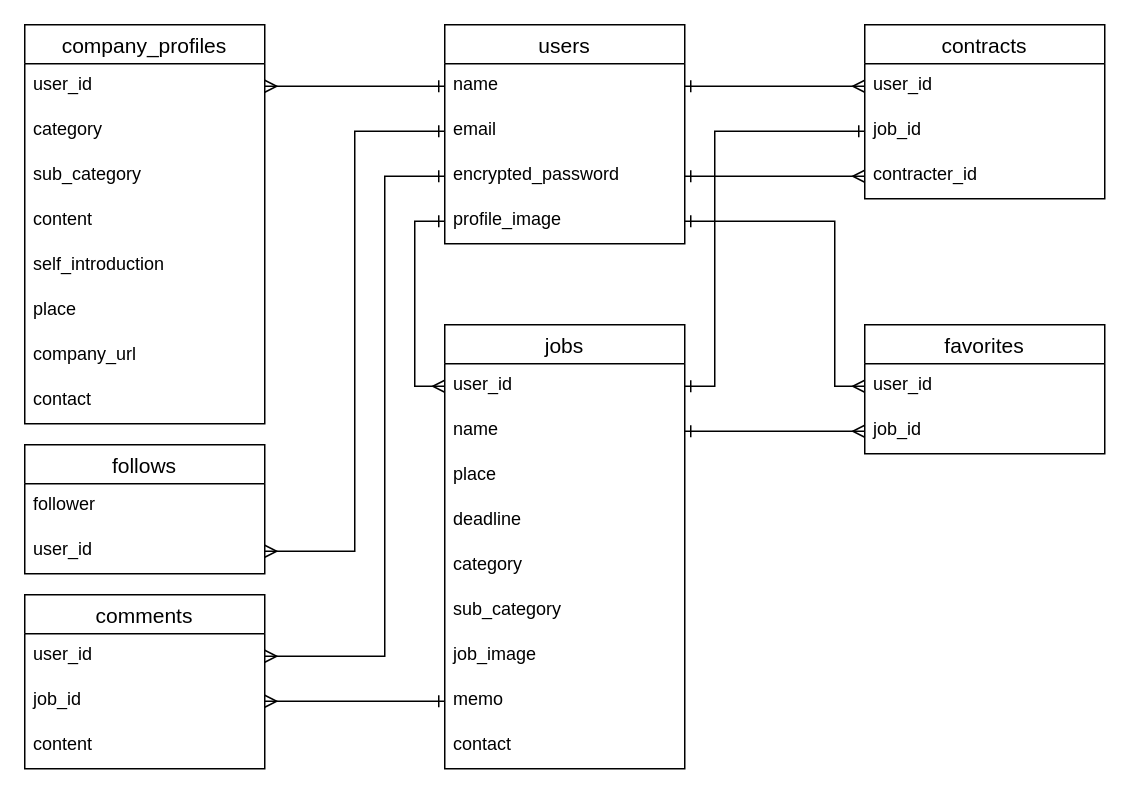
Above: factory.drawio in ikejiri-ohashi/factory (draw.io), before the change. Source tidied: cells renumbered, new cells numbered last; positions are measured from the earlier drawing's top-left corner, leaving out a move shared by most shapes. Both pictures are drawn from the tidied source at 150%, with x=0, y=0 at pixel (24, 24).
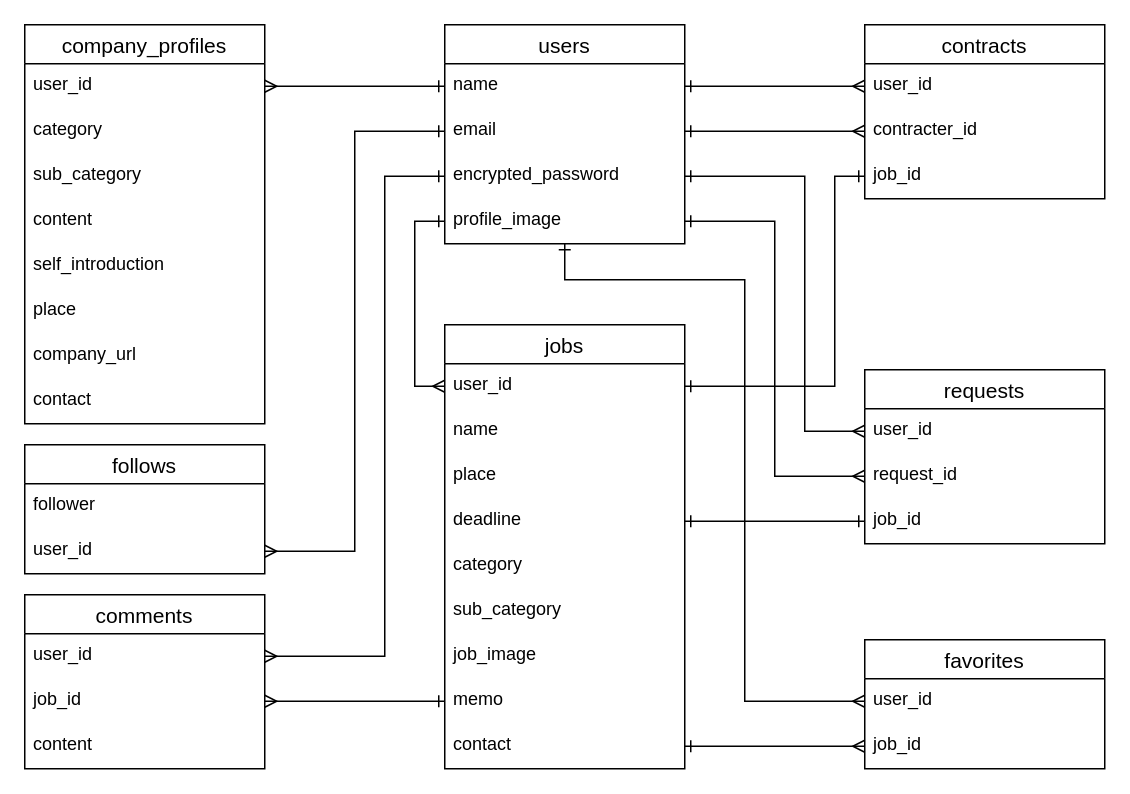
Above is the later version.

The change refers to these unchanged cells:
```xml
<mxCell id="3" value="name" style="text;strokeColor=none;fillColor=none;spacingLeft=4;spacingRight=4;overflow=hidden;points=[[0,0.5],[1,0.5]];portConstraint=eastwest;fontSize=12;" parent="2" vertex="1">
  <mxGeometry y="26" width="160" height="30" as="geometry" />
</mxCell>
<mxCell id="4" value="email" style="text;strokeColor=none;fillColor=none;spacingLeft=4;spacingRight=4;overflow=hidden;points=[[0,0.5],[1,0.5]];portConstraint=eastwest;fontSize=12;" parent="2" vertex="1">
  <mxGeometry y="56" width="160" height="30" as="geometry" />
</mxCell>
<mxCell id="5" value="encrypted_password" style="text;strokeColor=none;fillColor=none;spacingLeft=4;spacingRight=4;overflow=hidden;points=[[0,0.5],[1,0.5]];portConstraint=eastwest;fontSize=12;" parent="2" vertex="1">
  <mxGeometry y="86" width="160" height="30" as="geometry" />
</mxCell>
<mxCell id="6" value="profile_image" style="text;strokeColor=none;fillColor=none;spacingLeft=4;spacingRight=4;overflow=hidden;points=[[0,0.5],[1,0.5]];portConstraint=eastwest;fontSize=12;" parent="2" vertex="1">
  <mxGeometry y="116" width="160" height="30" as="geometry" />
</mxCell>
<mxCell id="8" value="user_id" style="text;strokeColor=none;fillColor=none;spacingLeft=4;spacingRight=4;overflow=hidden;points=[[0,0.5],[1,0.5]];portConstraint=eastwest;fontSize=12;" parent="7" vertex="1">
  <mxGeometry y="26" width="160" height="30" as="geometry" />
</mxCell>
<mxCell id="9" value="name" style="text;strokeColor=none;fillColor=none;spacingLeft=4;spacingRight=4;overflow=hidden;points=[[0,0.5],[1,0.5]];portConstraint=eastwest;fontSize=12;" parent="7" vertex="1">
  <mxGeometry y="56" width="160" height="30" as="geometry" />
</mxCell>
<mxCell id="11" value="deadline" style="text;strokeColor=none;fillColor=none;spacingLeft=4;spacingRight=4;overflow=hidden;points=[[0,0.5],[1,0.5]];portConstraint=eastwest;fontSize=12;" parent="7" vertex="1">
  <mxGeometry y="116" width="160" height="30" as="geometry" />
</mxCell>
<mxCell id="16" value="contact" style="text;strokeColor=none;fillColor=none;spacingLeft=4;spacingRight=4;overflow=hidden;points=[[0,0.5],[1,0.5]];portConstraint=eastwest;fontSize=12;" parent="7" vertex="1">
  <mxGeometry y="266" width="160" height="30" as="geometry" />
</mxCell>
<mxCell id="34" value="user_id" style="text;strokeColor=none;fillColor=none;spacingLeft=4;spacingRight=4;overflow=hidden;points=[[0,0.5],[1,0.5]];portConstraint=eastwest;fontSize=12;" parent="33" vertex="1">
  <mxGeometry y="26" width="160" height="30" as="geometry" />
</mxCell>
<mxCell id="35" value="job_id" style="text;strokeColor=none;fillColor=none;spacingLeft=4;spacingRight=4;overflow=hidden;points=[[0,0.5],[1,0.5]];portConstraint=eastwest;fontSize=12;" parent="33" vertex="1">
  <mxGeometry y="56" width="160" height="30" as="geometry" />
</mxCell>
<mxCell id="41" value="contracts" style="swimlane;fontStyle=0;horizontal=1;startSize=26;align=center;fontSize=14;" parent="1" vertex="1">
  <mxGeometry x="560" width="160" height="116" as="geometry" />
</mxCell>
<mxCell id="42" value="user_id" style="text;strokeColor=none;fillColor=none;spacingLeft=4;spacingRight=4;overflow=hidden;points=[[0,0.5],[1,0.5]];portConstraint=eastwest;fontSize=12;" parent="41" vertex="1">
  <mxGeometry y="26" width="160" height="30" as="geometry" />
</mxCell>
```

Change to the diagram source:
```diff
@@
     <mxCell id="33" value="favorites" style="swimlane;fontStyle=0;horizontal=1;startSize=26;align=center;fontSize=14;" parent="1" vertex="1">
-      <mxGeometry x="560" y="200" width="160" height="86" as="geometry" />
+      <mxGeometry x="560" y="410" width="160" height="86" as="geometry" />
     </mxCell>
@@
-    <mxCell id="36" style="rounded=0;jettySize=auto;html=1;endArrow=ERmany;endFill=0;startArrow=ERone;startFill=0;exitX=1;exitY=0.5;exitDx=0;exitDy=0;entryX=0;entryY=0.5;entryDx=0;entryDy=0;edgeStyle=entityRelationEdgeStyle;" parent="1" edge="1" source="9" target="35">
+    <mxCell id="36" style="rounded=0;jettySize=auto;html=1;endArrow=ERmany;endFill=0;startArrow=ERone;startFill=0;exitX=1;exitY=0.5;exitDx=0;exitDy=0;entryX=0;entryY=0.5;entryDx=0;entryDy=0;edgeStyle=entityRelationEdgeStyle;" parent="1" edge="1" source="16" target="35">
       <mxGeometry relative="1" as="geometry" />
     </mxCell>
-    <mxCell id="37" style="rounded=0;jettySize=auto;html=1;exitX=1;exitY=0.5;exitDx=0;exitDy=0;entryX=0;entryY=0.5;entryDx=0;entryDy=0;endArrow=ERmany;endFill=0;startArrow=ERone;startFill=0;" parent="1" edge="1" source="6" target="34">
+    <mxCell id="37" style="rounded=0;jettySize=auto;html=1;entryX=0;entryY=0.5;entryDx=0;entryDy=0;endArrow=ERmany;endFill=0;startArrow=ERone;startFill=0;" parent="1" edge="1" source="6" target="34">
       <mxGeometry relative="1" as="geometry">
         <Array as="points">
-          <mxPoint x="540" y="131" />
-          <mxPoint x="540" y="241" />
+          <mxPoint x="360" y="170" />
+          <mxPoint x="480" y="170" />
+          <mxPoint x="480" y="451" />
         </Array>
       </mxGeometry>
     </mxCell>
@@
-    <mxCell id="43" value="job_id" style="text;strokeColor=none;fillColor=none;spacingLeft=4;spacingRight=4;overflow=hidden;points=[[0,0.5],[1,0.5]];portConstraint=eastwest;fontSize=12;" parent="41" vertex="1">
+    <mxCell id="43" value="contracter_id" style="text;strokeColor=none;fillColor=none;spacingLeft=4;spacingRight=4;overflow=hidden;points=[[0,0.5],[1,0.5]];portConstraint=eastwest;fontSize=12;" parent="41" vertex="1">
       <mxGeometry y="56" width="160" height="30" as="geometry" />
     </mxCell>
-    <mxCell id="44" value="contracter_id" style="text;strokeColor=none;fillColor=none;spacingLeft=4;spacingRight=4;overflow=hidden;points=[[0,0.5],[1,0.5]];portConstraint=eastwest;fontSize=12;" parent="41" vertex="1">
+    <mxCell id="44" value="job_id" style="text;strokeColor=none;fillColor=none;spacingLeft=4;spacingRight=4;overflow=hidden;points=[[0,0.5],[1,0.5]];portConstraint=eastwest;fontSize=12;" parent="41" vertex="1">
       <mxGeometry y="86" width="160" height="30" as="geometry" />
     </mxCell>
     <mxCell id="45" style="rounded=0;jettySize=auto;html=1;endArrow=ERmany;endFill=0;startArrow=ERone;startFill=0;exitX=1;exitY=0.5;exitDx=0;exitDy=0;entryX=0;entryY=0.5;entryDx=0;entryDy=0;" parent="1" edge="1" source="3" target="42">
-      <mxGeometry relative="1" as="geometry" />
+      <mxGeometry relative="1" as="geometry">
+        <Array as="points">
+          <mxPoint x="500" y="41" />
+        </Array>
+      </mxGeometry>
     </mxCell>
-    <mxCell id="46" style="rounded=0;jettySize=auto;html=1;endArrow=ERone;endFill=0;startArrow=ERone;startFill=0;exitX=1;exitY=0.5;exitDx=0;exitDy=0;entryX=0;entryY=0.5;entryDx=0;entryDy=0;" parent="1" edge="1" source="8" target="43">
+    <mxCell id="46" style="rounded=0;jettySize=auto;html=1;endArrow=ERone;endFill=0;startArrow=ERone;startFill=0;exitX=1;exitY=0.5;exitDx=0;exitDy=0;entryX=0;entryY=0.5;entryDx=0;entryDy=0;" parent="1" edge="1" source="8" target="44">
       <mxGeometry relative="1" as="geometry">
         <Array as="points">
-          <mxPoint x="460" y="241" />
-          <mxPoint x="460" y="71" />
+          <mxPoint x="540" y="241" />
+          <mxPoint x="540" y="101" />
         </Array>
       </mxGeometry>
     </mxCell>
@@
-    <mxCell id="49" style="rounded=0;jettySize=auto;html=1;endArrow=ERmany;endFill=0;startArrow=ERone;startFill=0;entryX=0;entryY=0.5;entryDx=0;entryDy=0;exitX=1;exitY=0.5;exitDx=0;exitDy=0;" parent="1" edge="1" source="5" target="44">
+    <mxCell id="49" style="rounded=0;jettySize=auto;html=1;endArrow=ERmany;endFill=0;startArrow=ERone;startFill=0;exitX=1;exitY=0.5;exitDx=0;exitDy=0;entryX=0;entryY=0.5;entryDx=0;entryDy=0;" parent="1" edge="1" source="4" target="43">
       <mxGeometry relative="1" as="geometry" />
     </mxCell>
+    <mxCell id="50" value="requests" style="swimlane;fontStyle=0;horizontal=1;startSize=26;align=center;fontSize=14;" parent="1" vertex="1">
+      <mxGeometry x="560" y="230" width="160" height="116" as="geometry" />
+    </mxCell>
+    <mxCell id="51" value="user_id" style="text;strokeColor=none;fillColor=none;spacingLeft=4;spacingRight=4;overflow=hidden;points=[[0,0.5],[1,0.5]];portConstraint=eastwest;fontSize=12;" parent="50" vertex="1">
+      <mxGeometry y="26" width="160" height="30" as="geometry" />
+    </mxCell>
+    <mxCell id="52" value="request_id" style="text;strokeColor=none;fillColor=none;spacingLeft=4;spacingRight=4;overflow=hidden;points=[[0,0.5],[1,0.5]];portConstraint=eastwest;fontSize=12;" parent="50" vertex="1">
+      <mxGeometry y="56" width="160" height="30" as="geometry" />
+    </mxCell>
+    <mxCell id="53" value="job_id" style="text;strokeColor=none;fillColor=none;spacingLeft=4;spacingRight=4;overflow=hidden;points=[[0,0.5],[1,0.5]];portConstraint=eastwest;fontSize=12;" parent="50" vertex="1">
+      <mxGeometry y="86" width="160" height="30" as="geometry" />
+    </mxCell>
+    <mxCell id="54" style="rounded=0;jettySize=auto;html=1;exitX=1;exitY=0.5;exitDx=0;exitDy=0;entryX=0;entryY=0.5;entryDx=0;entryDy=0;endArrow=ERone;endFill=0;startArrow=ERone;startFill=0;" parent="1" edge="1" source="11" target="53">
+      <mxGeometry relative="1" as="geometry">
+        <Array as="points">
+          <mxPoint x="500" y="331" />
+        </Array>
+      </mxGeometry>
+    </mxCell>
+    <mxCell id="55" style="rounded=0;jettySize=auto;html=1;endArrow=ERmany;endFill=0;startArrow=ERone;startFill=0;entryX=0;entryY=0.5;entryDx=0;entryDy=0;exitX=1;exitY=0.5;exitDx=0;exitDy=0;" parent="1" edge="1" source="6" target="52">
+      <mxGeometry relative="1" as="geometry">
+        <Array as="points">
+          <mxPoint x="500" y="131" />
+          <mxPoint x="500" y="301" />
+        </Array>
+      </mxGeometry>
+    </mxCell>
+    <mxCell id="56" style="rounded=0;jettySize=auto;html=1;entryX=0;entryY=0.5;entryDx=0;entryDy=0;endArrow=ERmany;endFill=0;startArrow=ERone;startFill=0;exitX=1;exitY=0.5;exitDx=0;exitDy=0;" parent="1" edge="1" source="5" target="51">
+      <mxGeometry relative="1" as="geometry">
+        <Array as="points">
+          <mxPoint x="520" y="101" />
+          <mxPoint x="520" y="170" />
+          <mxPoint x="520" y="271" />
+        </Array>
+      </mxGeometry>
+    </mxCell>
```
